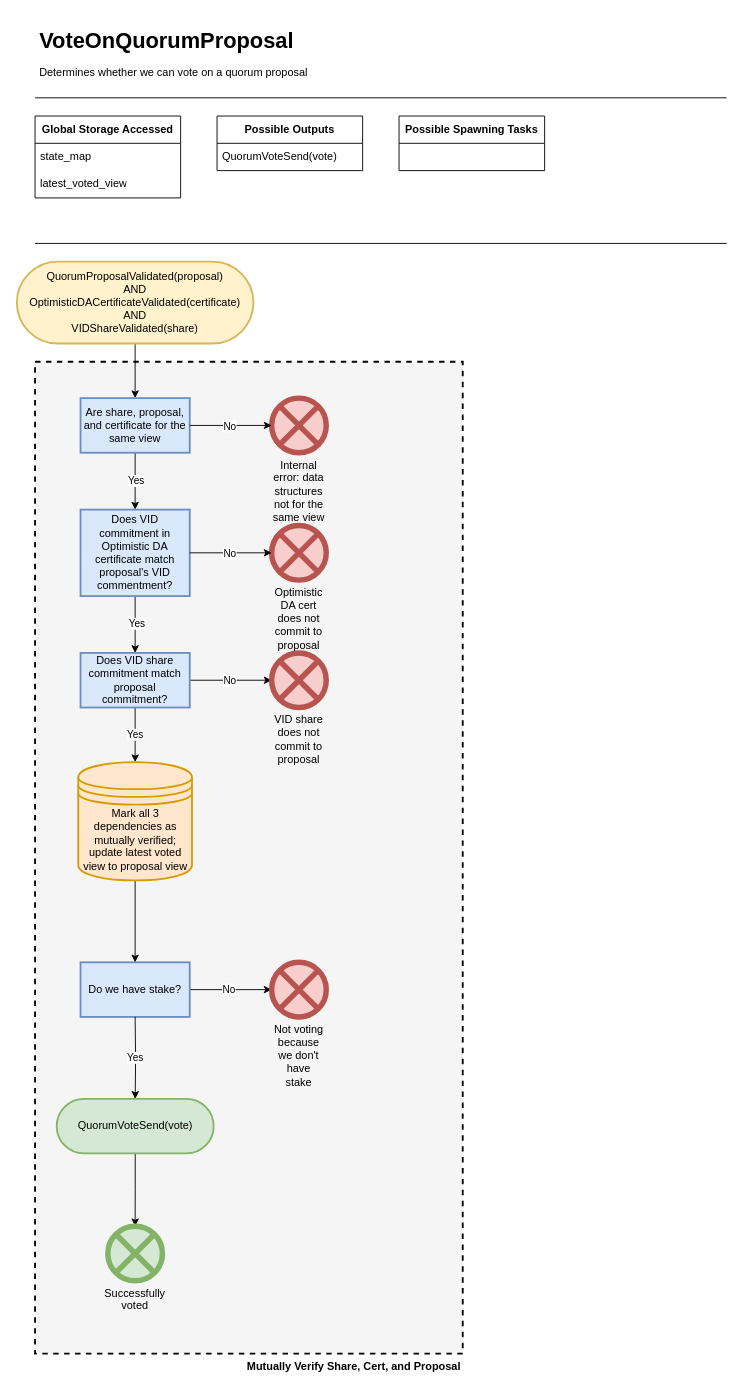
Earlier version of the draw.io diagram page "VoteOnQuorumProposal" (6 of 17) of docs/diagrams/HotShotFlow.drawio (EspressoSystems/HotShot). Source tidied: cells renumbered, new cells numbered last; positions are measured from the earlier drawing's top-left corner, leaving out a move shared by most shapes. Both pictures are drawn from the tidied source at 91%, with x=0, y=0 at pixel (16, 25).
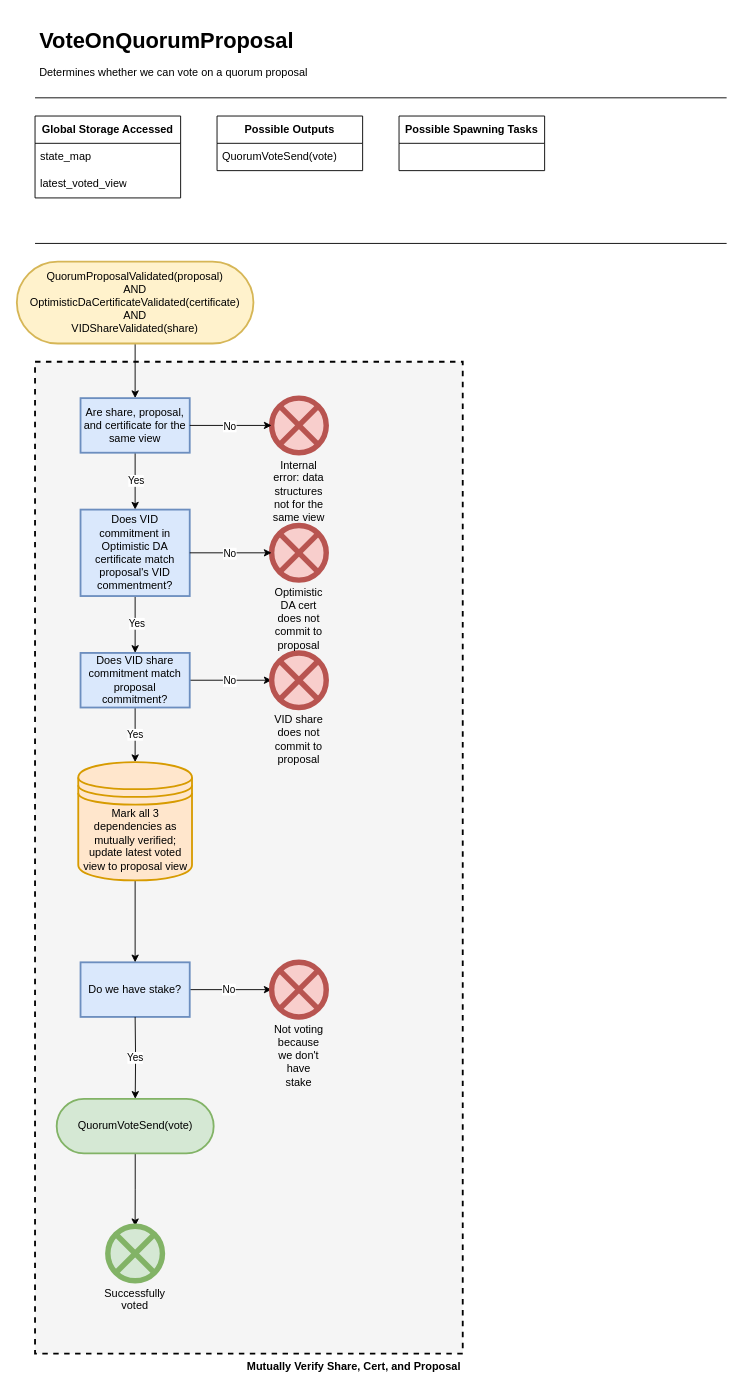
After the change.

Diff of the diagram source:
```diff
@@
-    <mxCell id="13" value="QuorumProposalValidated(proposal) &lt;br&gt;AND&lt;br&gt;OptimisticDACertificateValidated(certificate) AND&lt;br&gt;VIDShareValidated(share)" style="rounded=1;whiteSpace=wrap;html=1;fillColor=#fff2cc;strokeColor=#d6b656;arcSize=50;strokeWidth=2;" parent="1" vertex="1">
+    <mxCell id="13" value="QuorumProposalValidated(proposal) &lt;br&gt;AND&lt;br&gt;OptimisticDaCertificateValidated(certificate) AND&lt;br&gt;VIDShareValidated(share)" style="rounded=1;whiteSpace=wrap;html=1;fillColor=#fff2cc;strokeColor=#d6b656;arcSize=50;strokeWidth=2;" parent="1" vertex="1">
       <mxGeometry y="260" width="260" height="90" as="geometry" />
     </mxCell>
```
